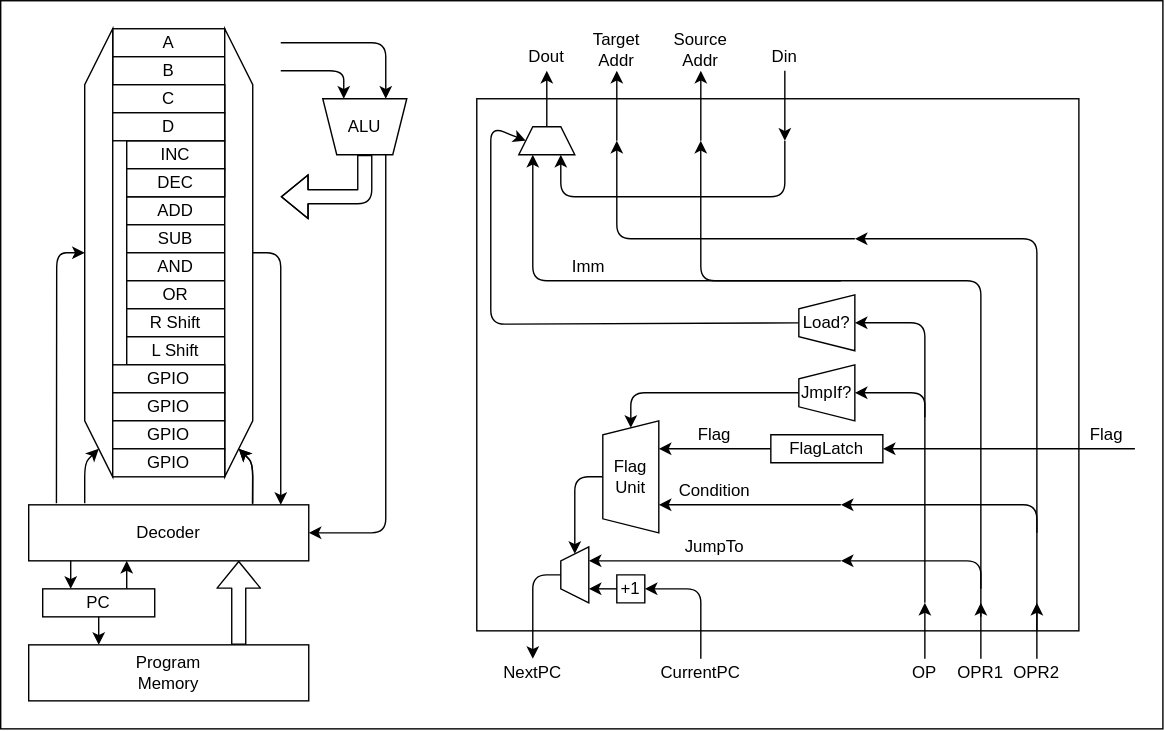
This is RelayComputer/arch.drawio.svg from Next-MICON/Next-MOCON.github.io, a draw.io export, as it was before one commit. Source tidied: cells renumbered, new cells last; positions are measured from the earlier drawing's top-left corner, leaving out a move shared by most shapes.
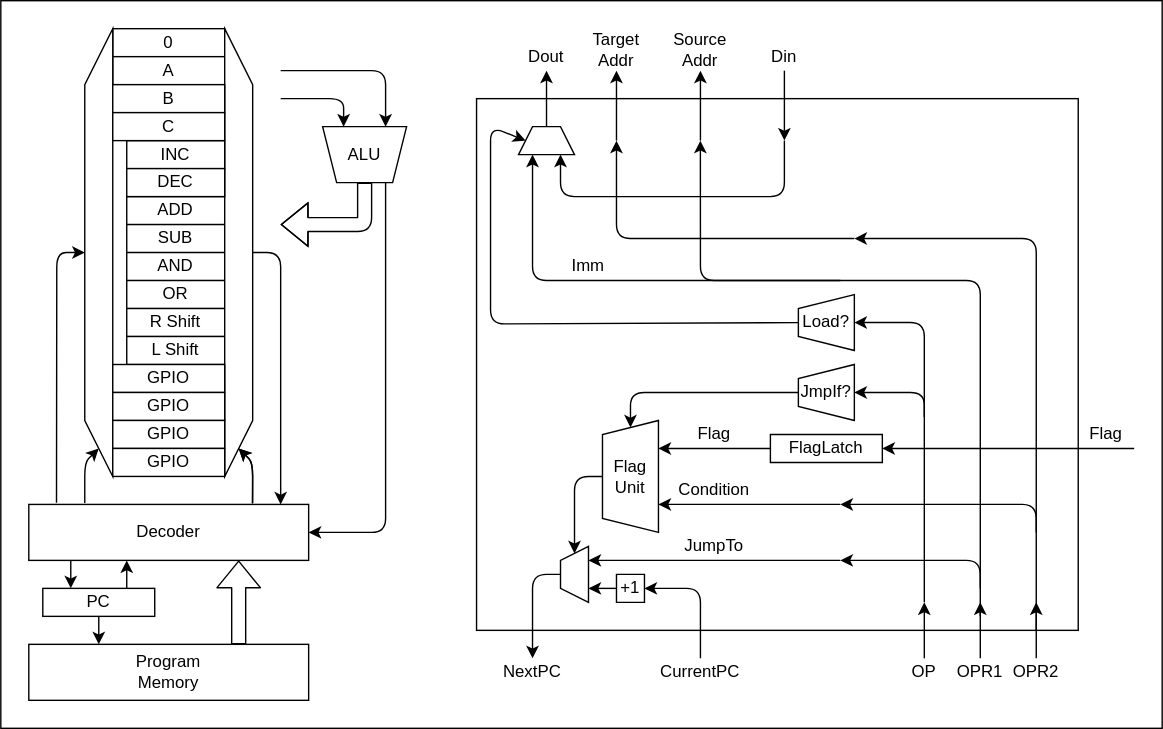
Later version of the same file.

What changed in the source:
```diff
@@ -14,10 +14,10 @@
     <mxCell id="5" value="Program&lt;br&gt;Memory" style="rounded=0;whiteSpace=wrap;html=1;" parent="1" vertex="1">
       <mxGeometry x="20" y="460" width="200" height="40" as="geometry" />
     </mxCell>
-    <mxCell id="6" value="A" style="rounded=0;whiteSpace=wrap;html=1;" parent="1" vertex="1">
+    <mxCell id="6" value="0" style="rounded=0;whiteSpace=wrap;html=1;" parent="1" vertex="1">
       <mxGeometry x="80" y="20" width="80" height="20" as="geometry" />
     </mxCell>
-    <mxCell id="7" value="B" style="rounded=0;whiteSpace=wrap;html=1;" parent="1" vertex="1">
+    <mxCell id="7" value="A" style="rounded=0;whiteSpace=wrap;html=1;" parent="1" vertex="1">
       <mxGeometry x="80" y="40" width="80" height="20" as="geometry" />
     </mxCell>
     <mxCell id="8" value="ADD" style="rounded=0;whiteSpace=wrap;html=1;" parent="1" vertex="1">
@@ -27,7 +27,7 @@
       <mxGeometry x="90" y="160" width="70" height="20" as="geometry" />
     </mxCell>
     <mxCell id="10" value="ALU" style="shape=trapezoid;perimeter=trapezoidPerimeter;whiteSpace=wrap;html=1;fixedSize=1;direction=west;size=9.999999999999886;" parent="1" vertex="1">
-      <mxGeometry x="230" y="70" width="60" height="40" as="geometry" />
+      <mxGeometry x="230" y="90" width="60" height="40" as="geometry" />
     </mxCell>
     <mxCell id="11" value="AND" style="rounded=0;whiteSpace=wrap;html=1;" parent="1" vertex="1">
       <mxGeometry x="90" y="180" width="70" height="20" as="geometry" />
@@ -40,25 +40,25 @@
     </mxCell>
     <mxCell id="14" style="endArrow=classic;html=1;entryX=0.25;entryY=1;entryDx=0;entryDy=0;" parent="1" edge="1" target="10">
       <mxGeometry relative="1" as="geometry">
-        <mxPoint x="200" y="30" as="sourcePoint" />
+        <mxPoint x="200" y="50" as="sourcePoint" />
         <Array as="points">
-          <mxPoint x="275" y="30" />
+          <mxPoint x="275" y="50" />
         </Array>
       </mxGeometry>
     </mxCell>
     <mxCell id="15" style="endArrow=classic;html=1;entryX=0.75;entryY=1;entryDx=0;entryDy=0;" parent="1" edge="1" target="10">
       <mxGeometry relative="1" as="geometry">
-        <mxPoint x="200" y="50" as="sourcePoint" />
+        <mxPoint x="200" y="70" as="sourcePoint" />
         <Array as="points">
-          <mxPoint x="245" y="50" />
+          <mxPoint x="245" y="70" />
         </Array>
       </mxGeometry>
     </mxCell>
     <mxCell id="16" style="shape=flexArrow;endArrow=classic;html=1;exitX=0.5;exitY=0;exitDx=0;exitDy=0;" parent="1" edge="1" source="10">
       <mxGeometry relative="1" as="geometry">
-        <mxPoint x="200" y="140" as="targetPoint" />
+        <mxPoint x="200" y="160" as="targetPoint" />
         <Array as="points">
-          <mxPoint x="260" y="140" />
+          <mxPoint x="260" y="160" />
         </Array>
       </mxGeometry>
     </mxCell>
@@ -113,10 +113,10 @@
     <mxCell id="29" value="GPIO" style="rounded=0;whiteSpace=wrap;html=1;" parent="1" vertex="1">
       <mxGeometry x="80" y="320" width="80" height="20" as="geometry" />
     </mxCell>
-    <mxCell id="30" value="C" style="rounded=0;whiteSpace=wrap;html=1;" parent="1" vertex="1">
+    <mxCell id="30" value="B" style="rounded=0;whiteSpace=wrap;html=1;" parent="1" vertex="1">
       <mxGeometry x="80" y="60" width="80" height="20" as="geometry" />
     </mxCell>
-    <mxCell id="31" value="D" style="rounded=0;whiteSpace=wrap;html=1;" parent="1" vertex="1">
+    <mxCell id="31" value="C" style="rounded=0;whiteSpace=wrap;html=1;" parent="1" vertex="1">
       <mxGeometry x="80" y="80" width="80" height="20" as="geometry" />
     </mxCell>
     <mxCell id="32" style="endArrow=classic;html=1;exitX=0.5;exitY=0;exitDx=0;exitDy=0;" parent="1" edge="1" source="18">
```
